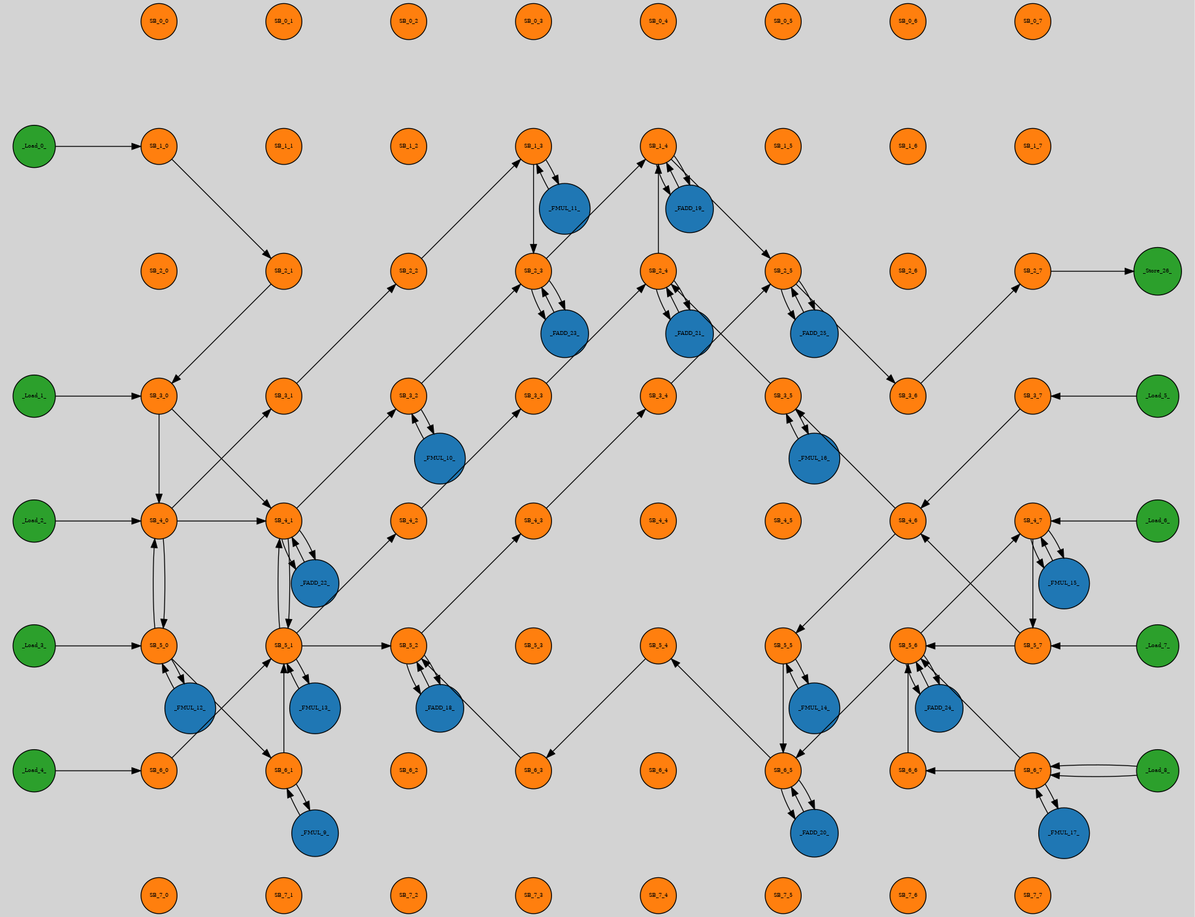
Earlier version of the Graphviz export mapping_output.png (UniversalGRAMM/UGRAMM). Its source is kept beside it as mapping_output.dot.
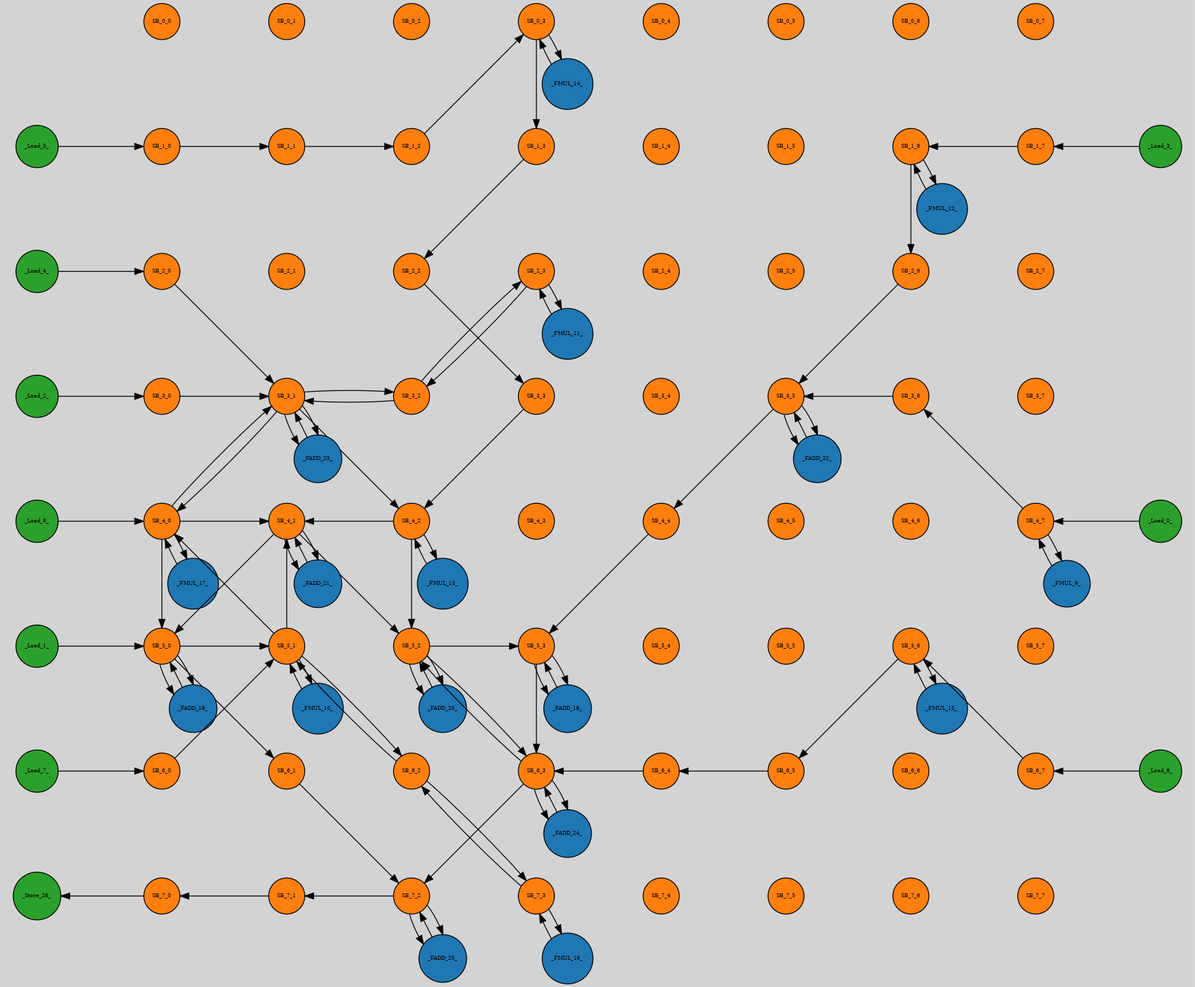
After the commit.

Diff of the diagram source:
```diff
@@ -65,131 +65,133 @@
 SB_7_5 [shape="circle" fontsize=6 fillcolor="#ff7f0e" pos="12,-14!"]
 SB_7_6 [shape="circle" fontsize=6 fillcolor="#ff7f0e" pos="14,-14!"]
 SB_7_7 [shape="circle" fontsize=6 fillcolor="#ff7f0e" pos="16,-14!"]
-_FADD_18_ [shape="circle" fontsize=6 fillcolor="#1f77b4" pos="6.5,-11!"]
-_FADD_18_ -> SB_5_2
-SB_5_2 -> SB_4_3
-SB_4_3 -> SB_3_4
-SB_3_4 -> SB_2_5
-SB_2_5 -> _FADD_25_
-_FADD_19_ [shape="circle" fontsize=6 fillcolor="#1f77b4" pos="10.5,-3!"]
-_FADD_19_ -> SB_1_4
-SB_1_4 -> SB_2_5
-SB_2_5 -> _FADD_25_
-_FADD_20_ [shape="circle" fontsize=6 fillcolor="#1f77b4" pos="12.5,-13!"]
-_FADD_20_ -> SB_6_5
-SB_6_5 -> SB_5_4
-SB_5_4 -> SB_6_3
+_FADD_18_ [shape="circle" fontsize=6 fillcolor="#1f77b4" pos="8.5,-11!"]
+_FADD_18_ -> SB_5_3
+SB_5_3 -> SB_6_3
+SB_6_3 -> SB_7_2
+SB_7_2 -> _FADD_25_
+_FADD_19_ [shape="circle" fontsize=6 fillcolor="#1f77b4" pos="2.5,-11!"]
+_FADD_19_ -> SB_5_0
+SB_5_0 -> SB_6_1
+SB_6_1 -> SB_7_2
+SB_7_2 -> _FADD_25_
+_FADD_20_ [shape="circle" fontsize=6 fillcolor="#1f77b4" pos="6.5,-11!"]
+_FADD_20_ -> SB_5_2
+SB_5_2 -> SB_5_3
+SB_5_3 -> _FADD_18_
+_FADD_21_ [shape="circle" fontsize=6 fillcolor="#1f77b4" pos="4.5,-9!"]
+_FADD_21_ -> SB_4_1
+SB_4_1 -> SB_5_0
+SB_5_0 -> _FADD_19_
+_FADD_22_ [shape="circle" fontsize=6 fillcolor="#1f77b4" pos="12.5,-7!"]
+_FADD_22_ -> SB_3_5
+SB_3_5 -> SB_4_4
+SB_4_4 -> SB_5_3
+SB_5_3 -> _FADD_18_
+_FADD_23_ [shape="circle" fontsize=6 fillcolor="#1f77b4" pos="4.5,-7!"]
+_FADD_23_ -> SB_3_1
+SB_3_1 -> SB_4_0
+SB_4_0 -> SB_5_0
+SB_5_0 -> _FADD_19_
+_FADD_24_ [shape="circle" fontsize=6 fillcolor="#1f77b4" pos="8.5,-13!"]
+_FADD_24_ -> SB_6_3
 SB_6_3 -> SB_5_2
-SB_5_2 -> _FADD_18_
-_FADD_21_ [shape="circle" fontsize=6 fillcolor="#1f77b4" pos="10.5,-5!"]
-_FADD_21_ -> SB_2_4
-SB_2_4 -> SB_1_4
-SB_1_4 -> _FADD_19_
-_FADD_22_ [shape="circle" fontsize=6 fillcolor="#1f77b4" pos="4.5,-9!"]
-_FADD_22_ -> SB_4_1
-SB_4_1 -> SB_5_1
-SB_5_1 -> SB_5_2
-SB_5_2 -> _FADD_18_
-_FADD_23_ [shape="circle" fontsize=6 fillcolor="#1f77b4" pos="8.5,-5!"]
-_FADD_23_ -> SB_2_3
-SB_2_3 -> SB_1_4
-SB_1_4 -> _FADD_19_
-_FADD_24_ [shape="circle" fontsize=6 fillcolor="#1f77b4" pos="14.5,-11!"]
-_FADD_24_ -> SB_5_6
+SB_5_2 -> _FADD_20_
+_FADD_25_ [shape="circle" fontsize=6 fillcolor="#1f77b4" pos="6.5,-15!"]
+_FADD_25_ -> SB_7_2
+SB_7_2 -> SB_7_1
+SB_7_1 -> SB_7_0
+_FMUL_10_ [shape="circle" fontsize=6 fillcolor="#1f77b4" pos="4.5,-11!"]
+_FMUL_10_ -> SB_5_1
+SB_5_1 -> SB_4_0
+SB_4_0 -> SB_3_1
+SB_3_1 -> _FADD_23_
+_FMUL_11_ [shape="circle" fontsize=6 fillcolor="#1f77b4" pos="8.5,-5!"]
+_FMUL_11_ -> SB_2_3
+SB_2_3 -> SB_3_2
+SB_3_2 -> SB_3_1
+SB_3_1 -> _FADD_23_
+_FMUL_12_ [shape="circle" fontsize=6 fillcolor="#1f77b4" pos="14.5,-3!"]
+_FMUL_12_ -> SB_1_6
+SB_1_6 -> SB_2_6
+SB_2_6 -> SB_3_5
+SB_3_5 -> _FADD_22_
+_FMUL_13_ [shape="circle" fontsize=6 fillcolor="#1f77b4" pos="6.5,-9!"]
+_FMUL_13_ -> SB_4_2
+SB_4_2 -> SB_4_1
+SB_4_1 -> _FADD_21_
+_FMUL_14_ [shape="circle" fontsize=6 fillcolor="#1f77b4" pos="8.5,-1!"]
+_FMUL_14_ -> SB_0_3
+SB_0_3 -> SB_1_3
+SB_1_3 -> SB_2_2
+SB_2_2 -> SB_3_3
+SB_3_3 -> SB_4_2
+SB_4_2 -> SB_5_2
+SB_5_2 -> _FADD_20_
+_FMUL_15_ [shape="circle" fontsize=6 fillcolor="#1f77b4" pos="14.5,-11!"]
+_FMUL_15_ -> SB_5_6
 SB_5_6 -> SB_6_5
-SB_6_5 -> _FADD_20_
-_FADD_25_ [shape="circle" fontsize=6 fillcolor="#1f77b4" pos="12.5,-5!"]
-_FADD_25_ -> SB_2_5
-SB_2_5 -> SB_3_6
-SB_3_6 -> SB_2_7
-_FMUL_10_ [shape="circle" fontsize=6 fillcolor="#1f77b4" pos="6.5,-7!"]
-_FMUL_10_ -> SB_3_2
+SB_6_5 -> SB_6_4
+SB_6_4 -> SB_6_3
+SB_6_3 -> _FADD_24_
+_FMUL_16_ [shape="circle" fontsize=6 fillcolor="#1f77b4" pos="8.5,-15!"]
+_FMUL_16_ -> SB_7_3
+SB_7_3 -> SB_6_2
+SB_6_2 -> SB_5_1
+SB_5_1 -> SB_4_1
+SB_4_1 -> _FADD_21_
+_FMUL_17_ [shape="circle" fontsize=6 fillcolor="#1f77b4" pos="2.5,-9!"]
+_FMUL_17_ -> SB_4_0
+SB_4_0 -> SB_4_1
+SB_4_1 -> SB_5_2
+SB_5_2 -> SB_6_3
+SB_6_3 -> _FADD_24_
+_FMUL_9_ [shape="circle" fontsize=6 fillcolor="#1f77b4" pos="16.5,-9!"]
+_FMUL_9_ -> SB_4_7
+SB_4_7 -> SB_3_6
+SB_3_6 -> SB_3_5
+SB_3_5 -> _FADD_22_
+_Load_0_ [shape="circle" fontsize=6 fillcolor="#2ca02c" pos="18,-8!"]
+_Load_0_ -> SB_4_7
+SB_4_7 -> _FMUL_9_
+_Load_1_ [shape="circle" fontsize=6 fillcolor="#2ca02c" pos="0,-10!"]
+_Load_1_ -> SB_5_0
+SB_5_0 -> SB_5_1
+SB_5_1 -> _FMUL_10_
+_Load_2_ [shape="circle" fontsize=6 fillcolor="#2ca02c" pos="0,-6!"]
+_Load_2_ -> SB_3_0
+SB_3_0 -> SB_3_1
+SB_3_1 -> SB_3_2
 SB_3_2 -> SB_2_3
-SB_2_3 -> _FADD_23_
-_FMUL_11_ [shape="circle" fontsize=6 fillcolor="#1f77b4" pos="8.5,-3!"]
-_FMUL_11_ -> SB_1_3
-SB_1_3 -> SB_2_3
-SB_2_3 -> _FADD_23_
-_FMUL_12_ [shape="circle" fontsize=6 fillcolor="#1f77b4" pos="2.5,-11!"]
-_FMUL_12_ -> SB_5_0
-SB_5_0 -> SB_4_0
-SB_4_0 -> SB_4_1
-SB_4_1 -> _FADD_22_
-_FMUL_13_ [shape="circle" fontsize=6 fillcolor="#1f77b4" pos="4.5,-11!"]
-_FMUL_13_ -> SB_5_1
-SB_5_1 -> SB_4_2
-SB_4_2 -> SB_3_3
-SB_3_3 -> SB_2_4
-SB_2_4 -> _FADD_21_
-_FMUL_14_ [shape="circle" fontsize=6 fillcolor="#1f77b4" pos="12.5,-11!"]
-_FMUL_14_ -> SB_5_5
-SB_5_5 -> SB_6_5
-SB_6_5 -> _FADD_20_
-_FMUL_15_ [shape="circle" fontsize=6 fillcolor="#1f77b4" pos="16.5,-9!"]
-_FMUL_15_ -> SB_4_7
-SB_4_7 -> SB_5_7
-SB_5_7 -> SB_5_6
-SB_5_6 -> _FADD_24_
-_FMUL_16_ [shape="circle" fontsize=6 fillcolor="#1f77b4" pos="12.5,-7!"]
-_FMUL_16_ -> SB_3_5
-SB_3_5 -> SB_2_4
-SB_2_4 -> _FADD_21_
-_FMUL_17_ [shape="circle" fontsize=6 fillcolor="#1f77b4" pos="16.5,-13!"]
-_FMUL_17_ -> SB_6_7
-SB_6_7 -> SB_6_6
-SB_6_6 -> SB_5_6
-SB_5_6 -> _FADD_24_
-_FMUL_9_ [shape="circle" fontsize=6 fillcolor="#1f77b4" pos="4.5,-13!"]
-_FMUL_9_ -> SB_6_1
-SB_6_1 -> SB_5_1
-SB_5_1 -> SB_4_1
-SB_4_1 -> _FADD_22_
-_Load_0_ [shape="circle" fontsize=6 fillcolor="#2ca02c" pos="0,-2!"]
-_Load_0_ -> SB_1_0
-SB_1_0 -> SB_2_1
-SB_2_1 -> SB_3_0
-SB_3_0 -> SB_4_0
-SB_4_0 -> SB_5_0
-SB_5_0 -> SB_6_1
-SB_6_1 -> _FMUL_9_
-_Load_1_ [shape="circle" fontsize=6 fillcolor="#2ca02c" pos="0,-6!"]
-_Load_1_ -> SB_3_0
-SB_3_0 -> SB_4_1
-SB_4_1 -> SB_3_2
-SB_3_2 -> _FMUL_10_
-_Load_2_ [shape="circle" fontsize=6 fillcolor="#2ca02c" pos="0,-8!"]
-_Load_2_ -> SB_4_0
-SB_4_0 -> SB_3_1
-SB_3_1 -> SB_2_2
-SB_2_2 -> SB_1_3
-SB_1_3 -> _FMUL_11_
-_Load_3_ [shape="circle" fontsize=6 fillcolor="#2ca02c" pos="0,-10!"]
-_Load_3_ -> SB_5_0
-SB_5_0 -> _FMUL_12_
-_Load_4_ [shape="circle" fontsize=6 fillcolor="#2ca02c" pos="0,-12!"]
-_Load_4_ -> SB_6_0
+SB_2_3 -> _FMUL_11_
+_Load_3_ [shape="circle" fontsize=6 fillcolor="#2ca02c" pos="18,-2!"]
+_Load_3_ -> SB_1_7
+SB_1_7 -> SB_1_6
+SB_1_6 -> _FMUL_12_
+_Load_4_ [shape="circle" fontsize=6 fillcolor="#2ca02c" pos="0,-4!"]
+_Load_4_ -> SB_2_0
+SB_2_0 -> SB_3_1
+SB_3_1 -> SB_4_2
+SB_4_2 -> _FMUL_13_
+_Load_5_ [shape="circle" fontsize=6 fillcolor="#2ca02c" pos="0,-2!"]
+_Load_5_ -> SB_1_0
+SB_1_0 -> SB_1_1
+SB_1_1 -> SB_1_2
+SB_1_2 -> SB_0_3
+SB_0_3 -> _FMUL_14_
+_Load_6_ [shape="circle" fontsize=6 fillcolor="#2ca02c" pos="18,-12!"]
+_Load_6_ -> SB_6_7
+SB_6_7 -> SB_5_6
+SB_5_6 -> _FMUL_15_
+_Load_7_ [shape="circle" fontsize=6 fillcolor="#2ca02c" pos="0,-12!"]
+_Load_7_ -> SB_6_0
 SB_6_0 -> SB_5_1
-SB_5_1 -> _FMUL_13_
-_Load_5_ [shape="circle" fontsize=6 fillcolor="#2ca02c" pos="18,-6!"]
-_Load_5_ -> SB_3_7
-SB_3_7 -> SB_4_6
-SB_4_6 -> SB_5_5
-SB_5_5 -> _FMUL_14_
-_Load_6_ [shape="circle" fontsize=6 fillcolor="#2ca02c" pos="18,-8!"]
-_Load_6_ -> SB_4_7
-SB_4_7 -> _FMUL_15_
-_Load_7_ [shape="circle" fontsize=6 fillcolor="#2ca02c" pos="18,-10!"]
-_Load_7_ -> SB_5_7
-SB_5_7 -> SB_4_6
-SB_4_6 -> SB_3_5
-SB_3_5 -> _FMUL_16_
-_Load_8_ [shape="circle" fontsize=6 fillcolor="#2ca02c" pos="18,-12!"]
-_Load_8_ -> SB_6_7
-SB_6_7 -> _FMUL_17_
-_Load_8_ -> SB_6_7
-SB_6_7 -> SB_5_6
-SB_5_6 -> SB_4_7
-SB_4_7 -> _FMUL_15_
-_Store_26_ [shape="circle" fontsize=6 fillcolor="#2ca02c" pos="18,-4!"]
-SB_2_7 -> _Store_26_
+SB_5_1 -> SB_6_2
+SB_6_2 -> SB_7_3
+SB_7_3 -> _FMUL_16_
+_Load_8_ [shape="circle" fontsize=6 fillcolor="#2ca02c" pos="0,-8!"]
+_Load_8_ -> SB_4_0
+SB_4_0 -> _FMUL_17_
+_Store_26_ [shape="circle" fontsize=6 fillcolor="#2ca02c" pos="0,-14!"]
+SB_7_0 -> _Store_26_
 }
```
